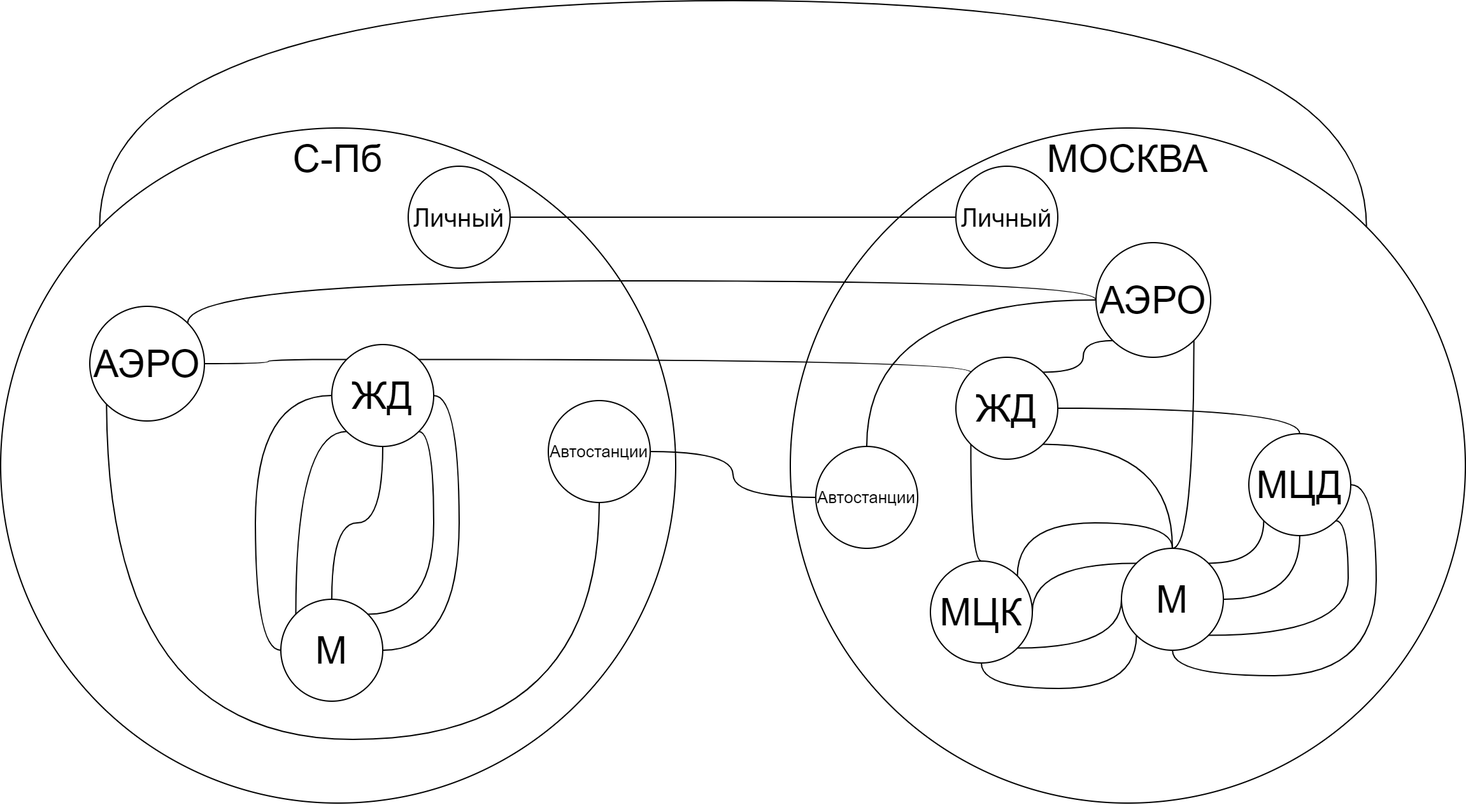
Above: MSK-SPb.png in DMfananddu/DSM (draw.io), before the change. Source tidied: cells renumbered, new cells last; positions are measured from the earlier drawing's top-left corner, leaving out a move shared by most shapes.
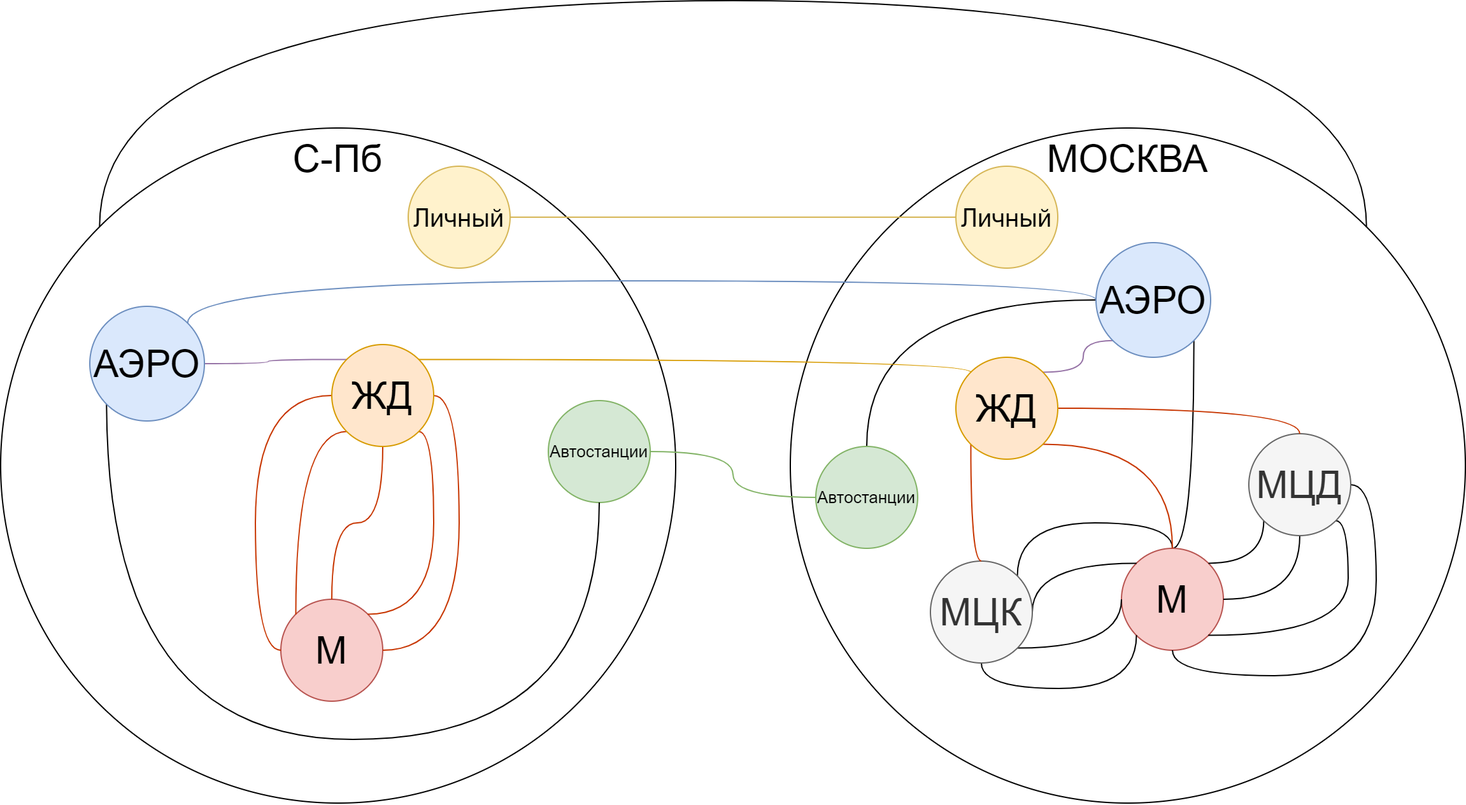
After the commit.

Diff of the diagram source:
```diff
@@ -12,7 +12,7 @@
         </Array>
       </mxGeometry>
     </mxCell>
-    <mxCell id="4" value="&lt;font style=&quot;font-size: 30px&quot;&gt;М&lt;/font&gt;" style="ellipse;whiteSpace=wrap;html=1;" parent="1" vertex="1">
+    <mxCell id="4" value="&lt;font style=&quot;font-size: 30px&quot;&gt;М&lt;/font&gt;" style="ellipse;whiteSpace=wrap;html=1;fillColor=#f8cecc;strokeColor=#b85450;" parent="1" vertex="1">
       <mxGeometry x="880" y="430" width="80" height="80" as="geometry" />
     </mxCell>
     <mxCell id="5" style="edgeStyle=orthogonalEdgeStyle;curved=1;rounded=0;jettySize=auto;html=1;exitX=0.5;exitY=1;exitDx=0;exitDy=0;entryX=0;entryY=1;entryDx=0;entryDy=0;endArrow=none;endFill=0;" parent="1" edge="1" source="9" target="4">
@@ -45,7 +45,7 @@
         </Array>
       </mxGeometry>
     </mxCell>
-    <mxCell id="9" value="&lt;font style=&quot;font-size: 30px&quot;&gt;МЦК&lt;/font&gt;" style="ellipse;whiteSpace=wrap;html=1;" parent="1" vertex="1">
+    <mxCell id="9" value="&lt;font style=&quot;font-size: 30px&quot;&gt;МЦК&lt;/font&gt;" style="ellipse;whiteSpace=wrap;html=1;fillColor=#f5f5f5;strokeColor=#666666;fontColor=#333333;" parent="1" vertex="1">
       <mxGeometry x="730" y="440" width="80" height="80" as="geometry" />
     </mxCell>
     <mxCell id="10" style="edgeStyle=orthogonalEdgeStyle;curved=1;rounded=0;jettySize=auto;html=1;exitX=0.5;exitY=1;exitDx=0;exitDy=0;entryX=1;entryY=0.5;entryDx=0;entryDy=0;endArrow=none;endFill=0;" parent="1" edge="1" source="14" target="4">
@@ -68,42 +68,42 @@
         </Array>
       </mxGeometry>
     </mxCell>
-    <mxCell id="14" value="&lt;font style=&quot;font-size: 30px&quot;&gt;МЦД&lt;/font&gt;" style="ellipse;whiteSpace=wrap;html=1;" parent="1" vertex="1">
+    <mxCell id="14" value="&lt;font style=&quot;font-size: 30px&quot;&gt;МЦД&lt;/font&gt;" style="ellipse;whiteSpace=wrap;html=1;fillColor=#f5f5f5;strokeColor=#666666;fontColor=#333333;" parent="1" vertex="1">
       <mxGeometry x="980" y="340" width="80" height="80" as="geometry" />
     </mxCell>
-    <mxCell id="15" style="edgeStyle=orthogonalEdgeStyle;curved=1;rounded=0;jettySize=auto;html=1;exitX=1;exitY=1;exitDx=0;exitDy=0;entryX=0.5;entryY=0;entryDx=0;entryDy=0;endArrow=none;endFill=0;fontSize=30;" parent="1" edge="1" source="19" target="4">
+    <mxCell id="15" style="edgeStyle=orthogonalEdgeStyle;curved=1;rounded=0;jettySize=auto;html=1;exitX=1;exitY=1;exitDx=0;exitDy=0;entryX=0.5;entryY=0;entryDx=0;entryDy=0;endArrow=none;endFill=0;fontSize=30;fillColor=#fa6800;strokeColor=#C73500;" parent="1" edge="1" source="19" target="4">
       <mxGeometry relative="1" as="geometry">
         <Array as="points">
           <mxPoint x="920" y="348" />
         </Array>
       </mxGeometry>
     </mxCell>
-    <mxCell id="16" style="edgeStyle=orthogonalEdgeStyle;curved=1;rounded=0;jettySize=auto;html=1;exitX=1;exitY=0.5;exitDx=0;exitDy=0;entryX=0.5;entryY=0;entryDx=0;entryDy=0;endArrow=none;endFill=0;fontSize=30;" parent="1" edge="1" source="19" target="14">
+    <mxCell id="16" style="edgeStyle=orthogonalEdgeStyle;curved=1;rounded=0;jettySize=auto;html=1;exitX=1;exitY=0.5;exitDx=0;exitDy=0;entryX=0.5;entryY=0;entryDx=0;entryDy=0;endArrow=none;endFill=0;fontSize=30;fillColor=#fa6800;strokeColor=#C73500;" parent="1" edge="1" source="19" target="14">
       <mxGeometry relative="1" as="geometry" />
     </mxCell>
-    <mxCell id="17" style="edgeStyle=orthogonalEdgeStyle;curved=1;rounded=0;jettySize=auto;html=1;exitX=0;exitY=1;exitDx=0;exitDy=0;entryX=0.5;entryY=0;entryDx=0;entryDy=0;endArrow=none;endFill=0;fontSize=30;" parent="1" edge="1" source="19" target="9">
+    <mxCell id="17" style="edgeStyle=orthogonalEdgeStyle;curved=1;rounded=0;jettySize=auto;html=1;exitX=0;exitY=1;exitDx=0;exitDy=0;entryX=0.5;entryY=0;entryDx=0;entryDy=0;endArrow=none;endFill=0;fontSize=30;fillColor=#fa6800;strokeColor=#C73500;" parent="1" edge="1" source="19" target="9">
       <mxGeometry relative="1" as="geometry">
         <Array as="points">
           <mxPoint x="762" y="440" />
         </Array>
       </mxGeometry>
     </mxCell>
-    <mxCell id="18" style="edgeStyle=orthogonalEdgeStyle;curved=1;rounded=0;jettySize=auto;html=1;exitX=1;exitY=0;exitDx=0;exitDy=0;entryX=0;entryY=1;entryDx=0;entryDy=0;endArrow=none;endFill=0;fontSize=20;" parent="1" edge="1" source="19" target="23">
+    <mxCell id="18" style="edgeStyle=orthogonalEdgeStyle;curved=1;rounded=0;jettySize=auto;html=1;exitX=1;exitY=0;exitDx=0;exitDy=0;entryX=0;entryY=1;entryDx=0;entryDy=0;endArrow=none;endFill=0;fontSize=20;fillColor=#e1d5e7;strokeColor=#9673a6;" parent="1" edge="1" source="19" target="23">
       <mxGeometry relative="1" as="geometry" />
     </mxCell>
-    <mxCell id="19" value="ЖД" style="ellipse;whiteSpace=wrap;html=1;fontSize=30;" parent="1" vertex="1">
+    <mxCell id="19" value="ЖД" style="ellipse;whiteSpace=wrap;html=1;fontSize=30;fillColor=#ffe6cc;strokeColor=#d79b00;" parent="1" vertex="1">
       <mxGeometry x="750" y="280" width="80" height="80" as="geometry" />
     </mxCell>
     <mxCell id="20" style="edgeStyle=orthogonalEdgeStyle;curved=1;rounded=0;jettySize=auto;html=1;exitX=0.5;exitY=0;exitDx=0;exitDy=0;entryX=0;entryY=0.5;entryDx=0;entryDy=0;endArrow=none;endFill=0;fontSize=20;" parent="1" edge="1" source="21" target="23">
       <mxGeometry relative="1" as="geometry" />
     </mxCell>
-    <mxCell id="21" value="&lt;font style=&quot;font-size: 13px;&quot;&gt;Автостанции&lt;/font&gt;" style="ellipse;whiteSpace=wrap;html=1;fontSize=13;" parent="1" vertex="1">
+    <mxCell id="21" value="&lt;font style=&quot;font-size: 13px;&quot;&gt;Автостанции&lt;/font&gt;" style="ellipse;whiteSpace=wrap;html=1;fontSize=13;fillColor=#d5e8d4;strokeColor=#82b366;" parent="1" vertex="1">
       <mxGeometry x="640" y="350" width="80" height="80" as="geometry" />
     </mxCell>
-    <mxCell id="22" value="Личный" style="ellipse;whiteSpace=wrap;html=1;fontSize=20;align=center;" parent="1" vertex="1">
+    <mxCell id="22" value="Личный" style="ellipse;whiteSpace=wrap;html=1;fontSize=20;align=center;fillColor=#fff2cc;strokeColor=#d6b656;" parent="1" vertex="1">
       <mxGeometry x="750" y="130" width="80" height="80" as="geometry" />
     </mxCell>
-    <mxCell id="23" value="АЭРО" style="ellipse;whiteSpace=wrap;html=1;fontSize=30;align=center;" parent="1" vertex="1">
+    <mxCell id="23" value="АЭРО" style="ellipse;whiteSpace=wrap;html=1;fontSize=30;align=center;fillColor=#dae8fc;strokeColor=#6c8ebf;" parent="1" vertex="1">
       <mxGeometry x="860" y="190" width="90" height="90" as="geometry" />
     </mxCell>
     <mxCell id="24" style="edgeStyle=orthogonalEdgeStyle;curved=1;rounded=0;jettySize=auto;html=1;exitX=0;exitY=0;exitDx=0;exitDy=0;entryX=1;entryY=0;entryDx=0;entryDy=0;endArrow=none;endFill=0;fontSize=20;" parent="1" edge="1" source="25" target="2">
@@ -117,27 +117,27 @@
     <mxCell id="25" value="С-Пб" style="ellipse;whiteSpace=wrap;html=1;fontSize=30;align=center;verticalAlign=top;" parent="1" vertex="1">
       <mxGeometry y="100" width="530" height="530" as="geometry" />
     </mxCell>
-    <mxCell id="26" value="&lt;font style=&quot;font-size: 30px&quot;&gt;М&lt;/font&gt;" style="ellipse;whiteSpace=wrap;html=1;" parent="1" vertex="1">
+    <mxCell id="26" value="&lt;font style=&quot;font-size: 30px&quot;&gt;М&lt;/font&gt;" style="ellipse;whiteSpace=wrap;html=1;fillColor=#f8cecc;strokeColor=#b85450;" parent="1" vertex="1">
       <mxGeometry x="220" y="470" width="80" height="80" as="geometry" />
     </mxCell>
-    <mxCell id="27" style="edgeStyle=orthogonalEdgeStyle;curved=1;rounded=0;jettySize=auto;html=1;exitX=1;exitY=0;exitDx=0;exitDy=0;entryX=0;entryY=0;entryDx=0;entryDy=0;endArrow=none;endFill=0;fontSize=20;" parent="1" edge="1" source="34" target="19">
+    <mxCell id="27" style="edgeStyle=orthogonalEdgeStyle;curved=1;rounded=0;jettySize=auto;html=1;exitX=1;exitY=0;exitDx=0;exitDy=0;entryX=0;entryY=0;entryDx=0;entryDy=0;endArrow=none;endFill=0;fontSize=20;fillColor=#ffe6cc;strokeColor=#d79b00;" parent="1" edge="1" source="34" target="19">
       <mxGeometry relative="1" as="geometry">
         <Array as="points">
           <mxPoint x="762" y="282" />
         </Array>
       </mxGeometry>
     </mxCell>
-    <mxCell id="28" style="edgeStyle=orthogonalEdgeStyle;curved=1;rounded=0;jettySize=auto;html=1;exitX=0.5;exitY=1;exitDx=0;exitDy=0;entryX=0.5;entryY=0;entryDx=0;entryDy=0;endArrow=none;endFill=0;fontSize=20;" parent="1" edge="1" source="34" target="26">
+    <mxCell id="28" style="edgeStyle=orthogonalEdgeStyle;curved=1;rounded=0;jettySize=auto;html=1;exitX=0.5;exitY=1;exitDx=0;exitDy=0;entryX=0.5;entryY=0;entryDx=0;entryDy=0;endArrow=none;endFill=0;fontSize=20;fillColor=#fa6800;strokeColor=#C73500;" parent="1" edge="1" source="34" target="26">
       <mxGeometry relative="1" as="geometry" />
     </mxCell>
-    <mxCell id="29" style="edgeStyle=orthogonalEdgeStyle;curved=1;rounded=0;jettySize=auto;html=1;exitX=0;exitY=1;exitDx=0;exitDy=0;entryX=0;entryY=0;entryDx=0;entryDy=0;endArrow=none;endFill=0;fontSize=20;" parent="1" edge="1" source="34" target="26">
+    <mxCell id="29" style="edgeStyle=orthogonalEdgeStyle;curved=1;rounded=0;jettySize=auto;html=1;exitX=0;exitY=1;exitDx=0;exitDy=0;entryX=0;entryY=0;entryDx=0;entryDy=0;endArrow=none;endFill=0;fontSize=20;fillColor=#fa6800;strokeColor=#C73500;" parent="1" edge="1" source="34" target="26">
       <mxGeometry relative="1" as="geometry">
         <Array as="points">
           <mxPoint x="232" y="338" />
         </Array>
       </mxGeometry>
     </mxCell>
-    <mxCell id="30" style="edgeStyle=orthogonalEdgeStyle;curved=1;rounded=0;jettySize=auto;html=1;exitX=1;exitY=1;exitDx=0;exitDy=0;entryX=1;entryY=0;entryDx=0;entryDy=0;endArrow=none;endFill=0;fontSize=20;" parent="1" edge="1" source="34" target="26">
+    <mxCell id="30" style="edgeStyle=orthogonalEdgeStyle;curved=1;rounded=0;jettySize=auto;html=1;exitX=1;exitY=1;exitDx=0;exitDy=0;entryX=1;entryY=0;entryDx=0;entryDy=0;endArrow=none;endFill=0;fontSize=20;fillColor=#fa6800;strokeColor=#C73500;" parent="1" edge="1" source="34" target="26">
       <mxGeometry relative="1" as="geometry">
         <Array as="points">
           <mxPoint x="340" y="338" />
@@ -145,25 +145,25 @@
         </Array>
       </mxGeometry>
     </mxCell>
-    <mxCell id="31" style="edgeStyle=orthogonalEdgeStyle;curved=1;rounded=0;jettySize=auto;html=1;exitX=1;exitY=0.5;exitDx=0;exitDy=0;entryX=1;entryY=0.5;entryDx=0;entryDy=0;endArrow=none;endFill=0;fontSize=20;" parent="1" edge="1" source="34" target="26">
+    <mxCell id="31" style="edgeStyle=orthogonalEdgeStyle;curved=1;rounded=0;jettySize=auto;html=1;exitX=1;exitY=0.5;exitDx=0;exitDy=0;entryX=1;entryY=0.5;entryDx=0;entryDy=0;endArrow=none;endFill=0;fontSize=20;fillColor=#fa6800;strokeColor=#C73500;" parent="1" edge="1" source="34" target="26">
       <mxGeometry relative="1" as="geometry" />
     </mxCell>
-    <mxCell id="32" style="edgeStyle=orthogonalEdgeStyle;curved=1;rounded=0;jettySize=auto;html=1;exitX=0;exitY=0.5;exitDx=0;exitDy=0;entryX=0;entryY=0.5;entryDx=0;entryDy=0;endArrow=none;endFill=0;fontSize=20;" parent="1" edge="1" source="34" target="26">
+    <mxCell id="32" style="edgeStyle=orthogonalEdgeStyle;curved=1;rounded=0;jettySize=auto;html=1;exitX=0;exitY=0.5;exitDx=0;exitDy=0;entryX=0;entryY=0.5;entryDx=0;entryDy=0;endArrow=none;endFill=0;fontSize=20;fillColor=#fa6800;strokeColor=#C73500;" parent="1" edge="1" source="34" target="26">
       <mxGeometry relative="1" as="geometry" />
     </mxCell>
-    <mxCell id="33" style="edgeStyle=orthogonalEdgeStyle;curved=1;rounded=0;jettySize=auto;html=1;exitX=0;exitY=0;exitDx=0;exitDy=0;entryX=1;entryY=0.5;entryDx=0;entryDy=0;endArrow=none;endFill=0;fontSize=20;" parent="1" edge="1" source="34" target="39">
+    <mxCell id="33" style="edgeStyle=orthogonalEdgeStyle;curved=1;rounded=0;jettySize=auto;html=1;exitX=0;exitY=0;exitDx=0;exitDy=0;entryX=1;entryY=0.5;entryDx=0;entryDy=0;endArrow=none;endFill=0;fontSize=20;fillColor=#e1d5e7;strokeColor=#9673a6;" parent="1" edge="1" source="34" target="39">
       <mxGeometry relative="1" as="geometry" />
     </mxCell>
-    <mxCell id="34" value="ЖД" style="ellipse;whiteSpace=wrap;html=1;fontSize=30;" parent="1" vertex="1">
+    <mxCell id="34" value="ЖД" style="ellipse;whiteSpace=wrap;html=1;fontSize=30;fillColor=#ffe6cc;strokeColor=#d79b00;" parent="1" vertex="1">
       <mxGeometry x="260" y="270" width="80" height="80" as="geometry" />
     </mxCell>
-    <mxCell id="35" style="edgeStyle=orthogonalEdgeStyle;curved=1;rounded=0;jettySize=auto;html=1;exitX=1;exitY=0.5;exitDx=0;exitDy=0;entryX=0;entryY=0.5;entryDx=0;entryDy=0;endArrow=none;endFill=0;fontSize=20;" parent="1" edge="1" source="36" target="21">
+    <mxCell id="35" style="edgeStyle=orthogonalEdgeStyle;curved=1;rounded=0;jettySize=auto;html=1;exitX=1;exitY=0.5;exitDx=0;exitDy=0;entryX=0;entryY=0.5;entryDx=0;entryDy=0;endArrow=none;endFill=0;fontSize=20;fillColor=#d5e8d4;strokeColor=#82b366;" parent="1" edge="1" source="36" target="21">
       <mxGeometry relative="1" as="geometry" />
     </mxCell>
-    <mxCell id="36" value="&lt;font style=&quot;font-size: 13px;&quot;&gt;Автостанции&lt;/font&gt;" style="ellipse;whiteSpace=wrap;html=1;fontSize=13;" parent="1" vertex="1">
+    <mxCell id="36" value="&lt;font style=&quot;font-size: 13px;&quot;&gt;Автостанции&lt;/font&gt;" style="ellipse;whiteSpace=wrap;html=1;fontSize=13;fillColor=#d5e8d4;strokeColor=#82b366;" parent="1" vertex="1">
       <mxGeometry x="430" y="314" width="80" height="80" as="geometry" />
     </mxCell>
-    <mxCell id="37" value="Личный" style="ellipse;whiteSpace=wrap;html=1;fontSize=20;align=center;" parent="1" vertex="1">
+    <mxCell id="37" value="Личный" style="ellipse;whiteSpace=wrap;html=1;fontSize=20;align=center;fillColor=#fff2cc;strokeColor=#d6b656;" parent="1" vertex="1">
       <mxGeometry x="320" y="130" width="80" height="80" as="geometry" />
     </mxCell>
     <mxCell id="38" style="edgeStyle=orthogonalEdgeStyle;curved=1;rounded=0;jettySize=auto;html=1;exitX=0;exitY=1;exitDx=0;exitDy=0;entryX=0.5;entryY=1;entryDx=0;entryDy=0;endArrow=none;endFill=0;fontSize=20;" parent="1" edge="1" source="39" target="36">
@@ -174,13 +174,13 @@
         </Array>
       </mxGeometry>
     </mxCell>
-    <mxCell id="39" value="АЭРО" style="ellipse;whiteSpace=wrap;html=1;fontSize=30;align=center;" parent="1" vertex="1">
+    <mxCell id="39" value="АЭРО" style="ellipse;whiteSpace=wrap;html=1;fontSize=30;align=center;fillColor=#dae8fc;strokeColor=#6c8ebf;" parent="1" vertex="1">
       <mxGeometry x="70" y="240" width="90" height="90" as="geometry" />
     </mxCell>
-    <mxCell id="40" style="edgeStyle=orthogonalEdgeStyle;curved=1;rounded=0;jettySize=auto;html=1;exitX=0;exitY=0.5;exitDx=0;exitDy=0;entryX=1;entryY=0.5;entryDx=0;entryDy=0;endArrow=none;endFill=0;fontSize=20;" parent="1" edge="1" source="22" target="37">
+    <mxCell id="40" style="edgeStyle=orthogonalEdgeStyle;curved=1;rounded=0;jettySize=auto;html=1;exitX=0;exitY=0.5;exitDx=0;exitDy=0;entryX=1;entryY=0.5;entryDx=0;entryDy=0;endArrow=none;endFill=0;fontSize=20;fillColor=#fff2cc;strokeColor=#d6b656;" parent="1" edge="1" source="22" target="37">
       <mxGeometry relative="1" as="geometry" />
     </mxCell>
-    <mxCell id="41" style="edgeStyle=orthogonalEdgeStyle;curved=1;rounded=0;jettySize=auto;html=1;exitX=0;exitY=0.5;exitDx=0;exitDy=0;entryX=1;entryY=0;entryDx=0;entryDy=0;endArrow=none;endFill=0;fontSize=20;" parent="1" edge="1" source="23" target="39">
+    <mxCell id="41" style="edgeStyle=orthogonalEdgeStyle;curved=1;rounded=0;jettySize=auto;html=1;exitX=0;exitY=0.5;exitDx=0;exitDy=0;entryX=1;entryY=0;entryDx=0;entryDy=0;endArrow=none;endFill=0;fontSize=20;fillColor=#dae8fc;strokeColor=#6c8ebf;" parent="1" edge="1" source="23" target="39">
       <mxGeometry relative="1" as="geometry">
         <Array as="points">
           <mxPoint x="860" y="220" />
```
